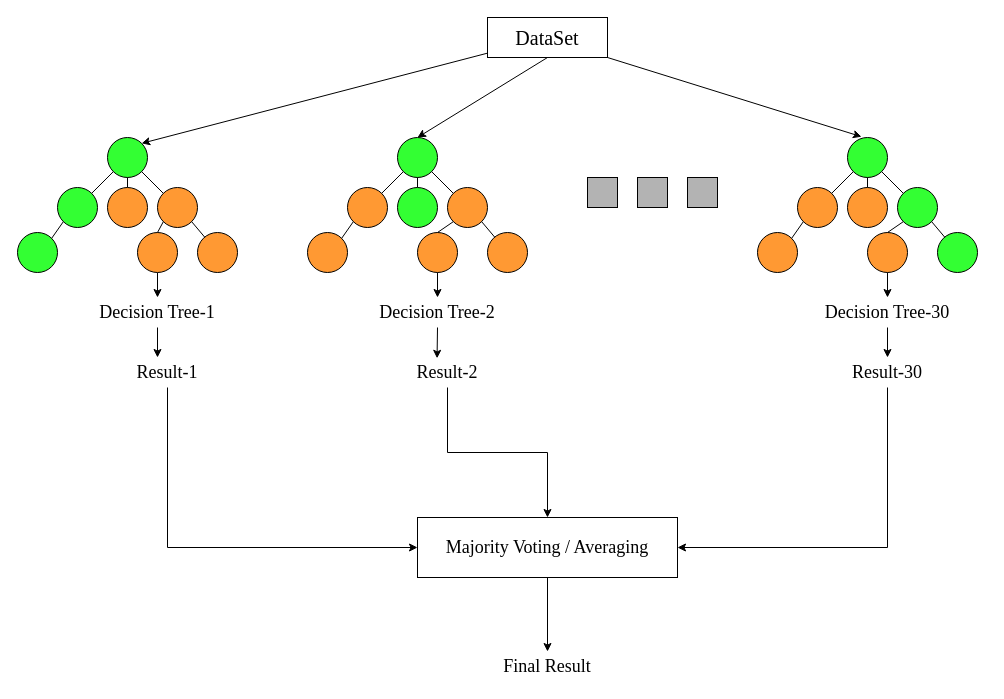
Earlier version of the draw.io diagram RF.drawio (Lu-Ming-Song/C). Source tidied: cells renumbered, new cells numbered last; positions are measured from the earlier drawing's top-left corner, leaving out a move shared by most shapes. Both pictures are drawn from the tidied source at 100%, with x=0, y=0 at pixel (17, 17).
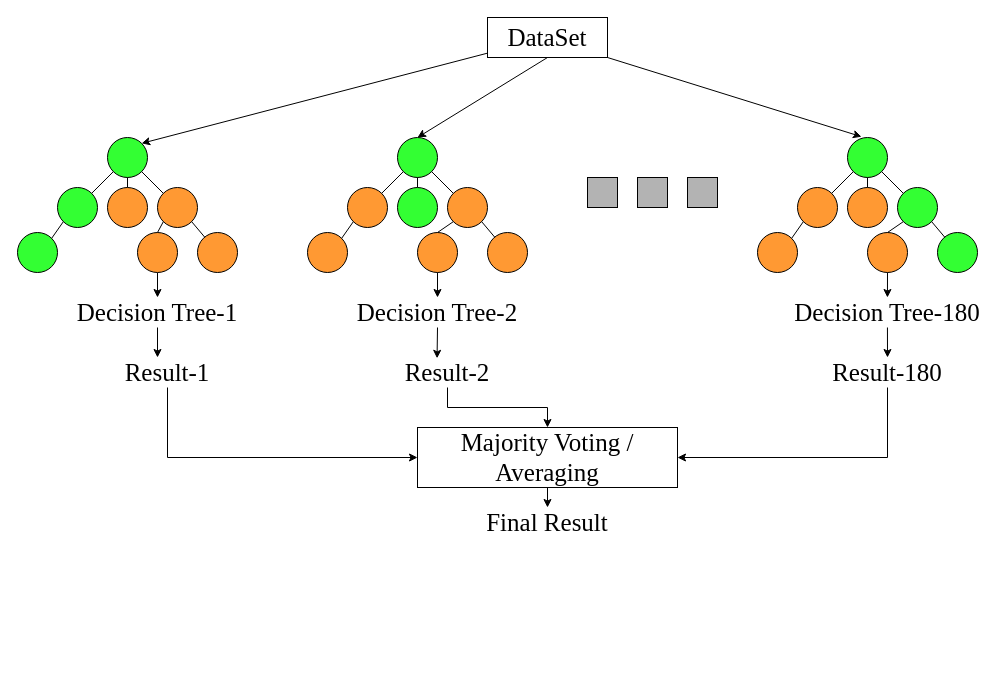
The same page after the edit.

Diff of the diagram source:
```diff
@@
-    <mxCell id="15" value="&lt;font style=&quot;font-size: 20px;&quot; face=&quot;Times New Roman&quot;&gt;DataSet&lt;/font&gt;" style="rounded=0;whiteSpace=wrap;html=1;" parent="1" vertex="1">
+    <mxCell id="15" value="&lt;font style=&quot;font-size: 25px;&quot; face=&quot;Times New Roman&quot;&gt;DataSet&lt;/font&gt;" style="rounded=0;whiteSpace=wrap;html=1;" parent="1" vertex="1">
       <mxGeometry x="470" width="120" height="40" as="geometry" />
     </mxCell>
@@
-    <mxCell id="49" value="&lt;font style=&quot;font-size: 18px;&quot; face=&quot;Times New Roman&quot;&gt;Decision Tree-1&lt;/font&gt;" style="text;strokeColor=none;align=center;fillColor=none;html=1;verticalAlign=middle;whiteSpace=wrap;rounded=0;" parent="1" vertex="1">
-      <mxGeometry x="80" y="280" width="120" height="30" as="geometry" />
+    <mxCell id="49" value="&lt;font style=&quot;font-size: 25px;&quot; face=&quot;Times New Roman&quot;&gt;Decision Tree-1&lt;/font&gt;" style="text;strokeColor=none;align=center;fillColor=none;html=1;verticalAlign=middle;whiteSpace=wrap;rounded=0;" parent="1" vertex="1">
+      <mxGeometry x="55" y="280" width="170" height="30" as="geometry" />
     </mxCell>
-    <mxCell id="50" value="&lt;font style=&quot;font-size: 18px;&quot; face=&quot;Times New Roman&quot;&gt;Decision Tree-2&lt;/font&gt;" style="text;strokeColor=none;align=center;fillColor=none;html=1;verticalAlign=middle;whiteSpace=wrap;rounded=0;" parent="1" vertex="1">
-      <mxGeometry x="360" y="280" width="120" height="30" as="geometry" />
+    <mxCell id="50" value="&lt;font style=&quot;font-size: 25px;&quot; face=&quot;Times New Roman&quot;&gt;Decision Tree-2&lt;/font&gt;" style="text;strokeColor=none;align=center;fillColor=none;html=1;verticalAlign=middle;whiteSpace=wrap;rounded=0;" parent="1" vertex="1">
+      <mxGeometry x="330" y="280" width="180" height="30" as="geometry" />
     </mxCell>
@@
-    <mxCell id="53" value="&lt;font style=&quot;font-size: 18px;&quot; face=&quot;Times New Roman&quot;&gt;Decision Tree-30&lt;/font&gt;" style="text;strokeColor=none;align=center;fillColor=none;html=1;verticalAlign=middle;whiteSpace=wrap;rounded=0;" parent="1" vertex="1">
-      <mxGeometry x="805" y="280" width="130" height="30" as="geometry" />
+    <mxCell id="53" value="&lt;font style=&quot;font-size: 25px;&quot; face=&quot;Times New Roman&quot;&gt;Decision Tree-180&lt;/font&gt;" style="text;strokeColor=none;align=center;fillColor=none;html=1;verticalAlign=middle;whiteSpace=wrap;rounded=0;" parent="1" vertex="1">
+      <mxGeometry x="771.2" y="280" width="197.5" height="30" as="geometry" />
     </mxCell>
@@
-    <mxCell id="57" value="&lt;font style=&quot;font-size: 18px;&quot; face=&quot;Times New Roman&quot;&gt;Result-1&lt;/font&gt;" style="text;strokeColor=none;align=center;fillColor=none;html=1;verticalAlign=middle;whiteSpace=wrap;rounded=0;" parent="1" vertex="1">
+    <mxCell id="57" value="&lt;font style=&quot;font-size: 25px;&quot; face=&quot;Times New Roman&quot;&gt;Result-1&lt;/font&gt;" style="text;strokeColor=none;align=center;fillColor=none;html=1;verticalAlign=middle;whiteSpace=wrap;rounded=0;" parent="1" vertex="1">
       <mxGeometry x="90" y="340" width="120" height="30" as="geometry" />
     </mxCell>
-    <mxCell id="58" value="&lt;font style=&quot;font-size: 18px;&quot; face=&quot;Times New Roman&quot;&gt;Result-2&lt;/font&gt;" style="text;strokeColor=none;align=center;fillColor=none;html=1;verticalAlign=middle;whiteSpace=wrap;rounded=0;" parent="1" vertex="1">
+    <mxCell id="58" value="&lt;font style=&quot;font-size: 25px;&quot; face=&quot;Times New Roman&quot;&gt;Result-2&lt;/font&gt;" style="text;strokeColor=none;align=center;fillColor=none;html=1;verticalAlign=middle;whiteSpace=wrap;rounded=0;" parent="1" vertex="1">
       <mxGeometry x="370" y="340" width="120" height="30" as="geometry" />
     </mxCell>
@@
-    <mxCell id="60" value="&lt;font style=&quot;font-size: 18px;&quot; face=&quot;Times New Roman&quot;&gt;Result-30&lt;/font&gt;" style="text;strokeColor=none;align=center;fillColor=none;html=1;verticalAlign=middle;whiteSpace=wrap;rounded=0;" parent="1" vertex="1">
+    <mxCell id="60" value="&lt;font style=&quot;font-size: 25px;&quot; face=&quot;Times New Roman&quot;&gt;Result-180&lt;/font&gt;" style="text;strokeColor=none;align=center;fillColor=none;html=1;verticalAlign=middle;whiteSpace=wrap;rounded=0;" parent="1" vertex="1">
       <mxGeometry x="810" y="340" width="120" height="30" as="geometry" />
     </mxCell>
@@
-    <mxCell id="64" value="&lt;font style=&quot;font-size: 18px;&quot; face=&quot;Times New Roman&quot;&gt;Majority Voting / Averaging&lt;/font&gt;" style="rounded=0;whiteSpace=wrap;html=1;" parent="1" vertex="1">
-      <mxGeometry x="400" y="500" width="260" height="60" as="geometry" />
+    <mxCell id="64" value="&lt;font style=&quot;font-size: 25px;&quot; face=&quot;Times New Roman&quot;&gt;Majority Voting / Averaging&lt;/font&gt;" style="rounded=0;whiteSpace=wrap;html=1;" parent="1" vertex="1">
+      <mxGeometry x="400" y="410" width="260" height="60" as="geometry" />
     </mxCell>
@@
-    <mxCell id="66" value="&lt;font style=&quot;font-size: 18px;&quot; face=&quot;Times New Roman&quot;&gt;Final Result&lt;/font&gt;" style="text;strokeColor=none;align=center;fillColor=none;html=1;verticalAlign=middle;whiteSpace=wrap;rounded=0;" parent="1" vertex="1">
-      <mxGeometry x="470" y="634" width="120" height="30" as="geometry" />
+    <mxCell id="66" value="&lt;font style=&quot;font-size: 25px;&quot; face=&quot;Times New Roman&quot;&gt;Final Result&lt;/font&gt;" style="text;strokeColor=none;align=center;fillColor=none;html=1;verticalAlign=middle;whiteSpace=wrap;rounded=0;" parent="1" vertex="1">
+      <mxGeometry x="455" y="490" width="150" height="30" as="geometry" />
     </mxCell>
```
